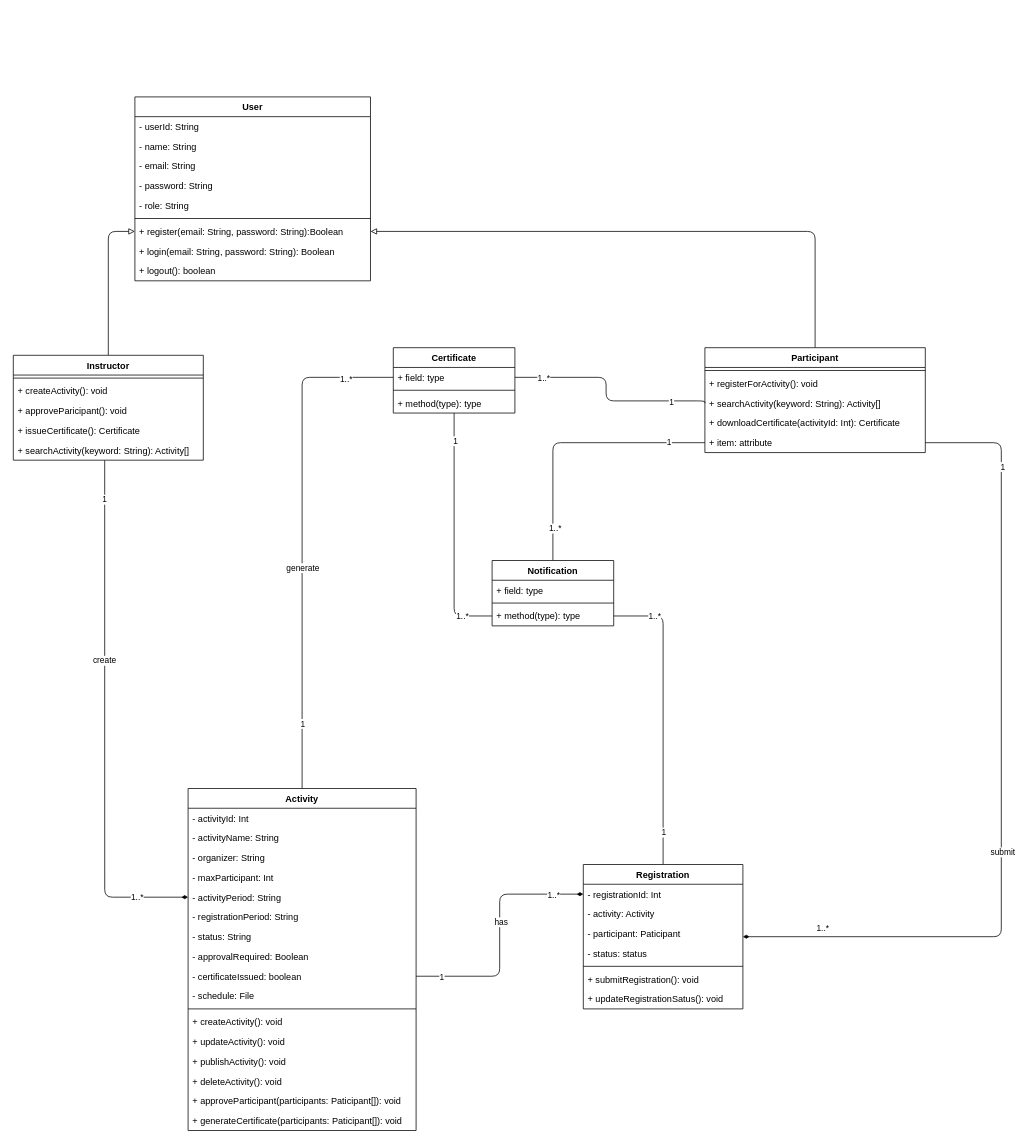
The draw.io diagram page "Page-1" (1 of 3) of classDiagram.drawio in JeyZ9/drawio-oop001, before the edit. Source tidied: cells renumbered, new cells numbered last; positions are measured from the earlier drawing's top-left corner, leaving out a move shared by most shapes. Both pictures are drawn from the tidied source at 76%, with x=0, y=0 at pixel (13, 97).
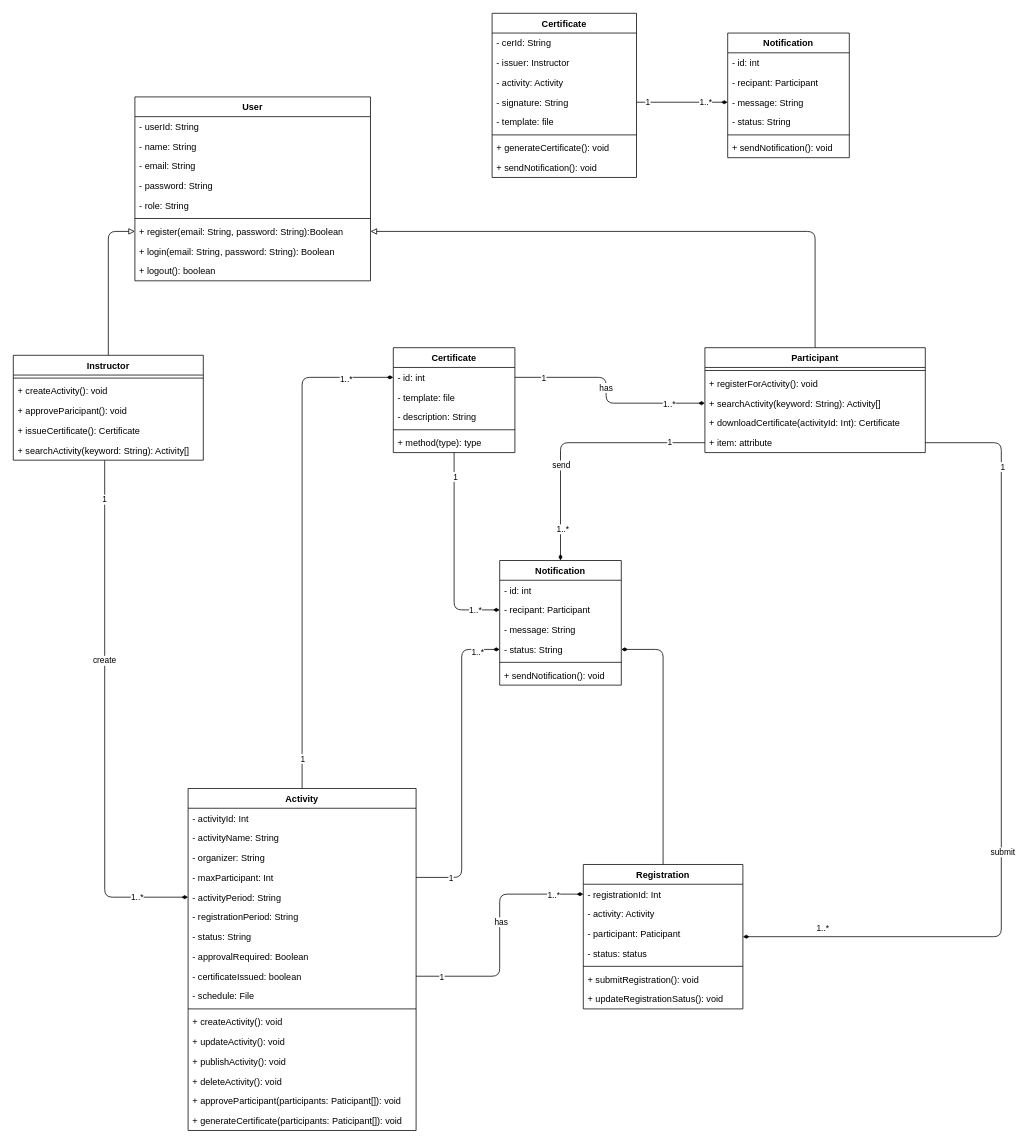
The same diagram, later.

Commit message:
end class

The change refers to these unchanged cells:
```xml
<mxCell id="23" value="+ searchActivity(keyword: String): Activity[]" style="text;strokeColor=none;fillColor=none;align=left;verticalAlign=top;spacingLeft=4;spacingRight=4;overflow=hidden;points=[[0,0.5],[1,0.5]];portConstraint=eastwest;" parent="20" vertex="1">
  <mxGeometry y="60" width="290" height="26" as="geometry" />
</mxCell>
<mxCell id="25" value="+ item: attribute" style="text;strokeColor=none;fillColor=none;align=left;verticalAlign=top;spacingLeft=4;spacingRight=4;overflow=hidden;points=[[0,0.5],[1,0.5]];portConstraint=eastwest;" parent="20" vertex="1">
  <mxGeometry y="112" width="290" height="26" as="geometry" />
</mxCell>
<mxCell id="30" value="Activity" style="swimlane;fontStyle=1;align=center;verticalAlign=top;horizontal=1;startSize=26;" parent="1" vertex="1">
  <mxGeometry x="230" y="910" width="300" height="450" as="geometry" />
</mxCell>
<mxCell id="34" value="- maxParticipant: Int" style="text;strokeColor=none;fillColor=none;align=left;verticalAlign=top;spacingLeft=4;spacingRight=4;overflow=hidden;points=[[0,0.5],[1,0.5]];portConstraint=eastwest;" parent="30" vertex="1">
  <mxGeometry y="104" width="300" height="26" as="geometry" />
</mxCell>
<mxCell id="55" value="Registration" style="swimlane;fontStyle=1;align=center;verticalAlign=top;horizontal=1;startSize=26;" parent="1" vertex="1">
  <mxGeometry x="750" y="1010" width="210" height="190" as="geometry" />
</mxCell>
```

Diff of the diagram source:
```diff
@@
-    <mxCell id="26" style="edgeStyle=orthogonalEdgeStyle;html=1;exitX=0.5;exitY=0;exitDx=0;exitDy=0;entryX=0;entryY=0.5;entryDx=0;entryDy=0;endArrow=none;endFill=0;" parent="1" edge="1" source="30" target="75">
+    <mxCell id="26" style="edgeStyle=orthogonalEdgeStyle;html=1;exitX=0.5;exitY=0;exitDx=0;exitDy=0;entryX=0;entryY=0.5;entryDx=0;entryDy=0;endArrow=diamondThin;endFill=1;startArrow=none;startFill=0;" parent="1" edge="1" source="30" target="75">
       <mxGeometry relative="1" as="geometry" />
     </mxCell>
     <mxCell id="27" value="1" style="edgeLabel;html=1;align=center;verticalAlign=middle;" parent="26" vertex="1">
-      <mxGeometry x="-0.74" relative="1" as="geometry" />
+      <mxGeometry x="-0.74" relative="1" as="geometry">
+        <mxPoint y="46" as="offset" />
+      </mxGeometry>
     </mxCell>
@@
-    <mxCell id="29" value="generate" style="edgeLabel;html=1;align=center;verticalAlign=middle;" parent="26" vertex="1">
-      <mxGeometry x="-0.12" relative="1" as="geometry" />
-    </mxCell>
@@
-    <mxCell id="52" style="edgeStyle=orthogonalEdgeStyle;html=1;exitX=0.5;exitY=0;exitDx=0;exitDy=0;endArrow=none;endFill=0;entryX=1;entryY=0.5;entryDx=0;entryDy=0;" parent="1" edge="1" source="55" target="84">
-      <mxGeometry relative="1" as="geometry" />
+    <mxCell id="52" style="edgeStyle=orthogonalEdgeStyle;html=1;exitX=1;exitY=0.5;exitDx=0;exitDy=0;endArrow=diamondThin;endFill=1;entryX=0;entryY=0.5;entryDx=0;entryDy=0;" parent="1" edge="1" source="34" target="115">
+      <mxGeometry relative="1" as="geometry">
+        <Array as="points">
+          <mxPoint x="590" y="1027" />
+          <mxPoint x="590" y="727" />
+        </Array>
+      </mxGeometry>
     </mxCell>
     <mxCell id="53" value="1..*" style="edgeLabel;html=1;align=center;verticalAlign=middle;" parent="52" vertex="1">
-      <mxGeometry x="0.73" relative="1" as="geometry" />
+      <mxGeometry x="0.73" relative="1" as="geometry">
+        <mxPoint x="20" y="-2" as="offset" />
+      </mxGeometry>
     </mxCell>
@@
-    <mxCell id="71" style="edgeStyle=orthogonalEdgeStyle;html=1;exitX=0.5;exitY=1;exitDx=0;exitDy=0;entryX=0;entryY=0.5;entryDx=0;entryDy=0;endArrow=none;endFill=0;" parent="1" edge="1" source="74" target="84">
+    <mxCell id="71" style="edgeStyle=orthogonalEdgeStyle;html=1;exitX=0.5;exitY=1;exitDx=0;exitDy=0;entryX=0;entryY=0.5;entryDx=0;entryDy=0;endArrow=diamondThin;endFill=1;startArrow=none;startFill=0;" parent="1" edge="1" source="74" target="113">
       <mxGeometry relative="1" as="geometry" />
     </mxCell>
@@
     <mxCell id="74" value="Certificate" style="swimlane;fontStyle=1;align=center;verticalAlign=top;horizontal=1;startSize=26;" parent="1" vertex="1">
-      <mxGeometry x="500" y="330" width="160" height="86" as="geometry" />
+      <mxGeometry x="500" y="330" width="160" height="138" as="geometry" />
     </mxCell>
-    <mxCell id="75" value="+ field: type" style="text;strokeColor=none;fillColor=none;align=left;verticalAlign=top;spacingLeft=4;spacingRight=4;overflow=hidden;points=[[0,0.5],[1,0.5]];portConstraint=eastwest;" parent="74" vertex="1">
+    <mxCell id="75" value="- id: int" style="text;strokeColor=none;fillColor=none;align=left;verticalAlign=top;spacingLeft=4;spacingRight=4;overflow=hidden;points=[[0,0.5],[1,0.5]];portConstraint=eastwest;" parent="74" vertex="1">
       <mxGeometry y="26" width="160" height="26" as="geometry" />
     </mxCell>
+    <mxCell id="88" value="- template: file" style="text;strokeColor=none;fillColor=none;align=left;verticalAlign=top;spacingLeft=4;spacingRight=4;overflow=hidden;" parent="74" vertex="1">
+      <mxGeometry y="52" width="160" height="26" as="geometry" />
+    </mxCell>
+    <mxCell id="89" value="- description: String" style="text;strokeColor=none;fillColor=none;align=left;verticalAlign=top;spacingLeft=4;spacingRight=4;overflow=hidden;" parent="74" vertex="1">
+      <mxGeometry y="78" width="160" height="26" as="geometry" />
+    </mxCell>
     <mxCell id="76" style="line;strokeWidth=1;fillColor=none;align=left;verticalAlign=middle;spacingTop=-1;spacingLeft=3;spacingRight=3;labelPosition=right;strokeColor=inherit;" parent="74" vertex="1">
-      <mxGeometry y="52" width="160" height="8" as="geometry" />
+      <mxGeometry y="104" width="160" height="8" as="geometry" />
     </mxCell>
     <mxCell id="77" value="+ method(type): type" style="text;strokeColor=none;fillColor=none;align=left;verticalAlign=top;spacingLeft=4;spacingRight=4;overflow=hidden;" parent="74" vertex="1">
-      <mxGeometry y="60" width="160" height="26" as="geometry" />
+      <mxGeometry y="112" width="160" height="26" as="geometry" />
     </mxCell>
-    <mxCell id="78" style="edgeStyle=orthogonalEdgeStyle;html=1;exitX=0.5;exitY=0;exitDx=0;exitDy=0;entryX=0;entryY=0.5;entryDx=0;entryDy=0;endArrow=none;endFill=0;" parent="1" edge="1" source="81" target="25">
+    <mxCell id="78" style="edgeStyle=orthogonalEdgeStyle;html=1;entryX=0;entryY=0.5;entryDx=0;entryDy=0;endArrow=none;endFill=0;startArrow=diamondThin;startFill=1;" parent="1" edge="1" source="111" target="25">
       <mxGeometry relative="1" as="geometry" />
     </mxCell>
@@
-    <mxCell id="81" value="Notification" style="swimlane;fontStyle=1;align=center;verticalAlign=top;horizontal=1;startSize=26;" parent="1" vertex="1">
-      <mxGeometry x="630" y="610" width="160" height="86" as="geometry" />
-    </mxCell>
-    <mxCell id="82" value="+ field: type" style="text;strokeColor=none;fillColor=none;align=left;verticalAlign=top;spacingLeft=4;spacingRight=4;overflow=hidden;" parent="81" vertex="1">
-      <mxGeometry y="26" width="160" height="26" as="geometry" />
-    </mxCell>
-    <mxCell id="83" style="line;strokeWidth=1;fillColor=none;align=left;verticalAlign=middle;spacingTop=-1;spacingLeft=3;spacingRight=3;labelPosition=right;strokeColor=inherit;" parent="81" vertex="1">
-      <mxGeometry y="52" width="160" height="8" as="geometry" />
-    </mxCell>
-    <mxCell id="84" value="+ method(type): type" style="text;strokeColor=none;fillColor=none;align=left;verticalAlign=top;spacingLeft=4;spacingRight=4;overflow=hidden;points=[[0,0.5],[1,0.5]];portConstraint=eastwest;" parent="81" vertex="1">
-      <mxGeometry y="60" width="160" height="26" as="geometry" />
-    </mxCell>
+    <mxCell id="90" value="send" style="edgeLabel;html=1;align=center;verticalAlign=middle;" parent="78" vertex="1">
+      <mxGeometry x="-0.27" relative="1" as="geometry" />
+    </mxCell>
-    <mxCell id="85" style="edgeStyle=orthogonalEdgeStyle;html=1;entryX=0;entryY=0.5;entryDx=0;entryDy=0;endArrow=none;endFill=0;exitX=1;exitY=0.5;exitDx=0;exitDy=0;" parent="1" edge="1" source="75" target="23">
+    <mxCell id="85" style="edgeStyle=orthogonalEdgeStyle;html=1;entryX=0;entryY=0.5;entryDx=0;entryDy=0;endArrow=diamondThin;endFill=1;exitX=1;exitY=0.5;exitDx=0;exitDy=0;startArrow=none;startFill=0;" parent="1" edge="1" source="75" target="23">
       <mxGeometry relative="1" as="geometry">
         <Array as="points">
           <mxPoint x="780" y="369" />
-          <mxPoint x="780" y="400" />
-          <mxPoint x="910" y="400" />
+          <mxPoint x="780" y="403" />
         </Array>
       </mxGeometry>
     </mxCell>
-    <mxCell id="86" value="1..*" style="edgeLabel;html=1;align=center;verticalAlign=middle;" parent="85" vertex="1">
+    <mxCell id="86" value="1" style="edgeLabel;html=1;align=center;verticalAlign=middle;" parent="85" vertex="1">
       <mxGeometry x="-0.74" relative="1" as="geometry" />
     </mxCell>
-    <mxCell id="87" value="1" style="edgeLabel;html=1;align=center;verticalAlign=middle;" parent="85" vertex="1">
+    <mxCell id="87" value="1..*" style="edgeLabel;html=1;align=center;verticalAlign=middle;" parent="85" vertex="1">
       <mxGeometry x="0.66" y="-1" relative="1" as="geometry" />
     </mxCell>
+    <mxCell id="91" value="has" style="edgeLabel;html=1;align=center;verticalAlign=middle;" parent="85" vertex="1">
+      <mxGeometry x="-0.06" y="-1" relative="1" as="geometry" />
+    </mxCell>
+    <mxCell id="92" value="Certificate" style="swimlane;fontStyle=1;align=center;verticalAlign=top;horizontal=1;startSize=26;" parent="1" vertex="1">
+      <mxGeometry x="630" y="-110" width="190" height="216" as="geometry" />
+    </mxCell>
+    <mxCell id="93" value="- cerId: String" style="text;strokeColor=none;fillColor=none;align=left;verticalAlign=top;spacingLeft=4;spacingRight=4;overflow=hidden;" parent="92" vertex="1">
+      <mxGeometry y="26" width="190" height="26" as="geometry" />
+    </mxCell>
+    <mxCell id="94" value="- issuer: Instructor" style="text;strokeColor=none;fillColor=none;align=left;verticalAlign=top;spacingLeft=4;spacingRight=4;overflow=hidden;" parent="92" vertex="1">
+      <mxGeometry y="52" width="190" height="26" as="geometry" />
+    </mxCell>
+    <mxCell id="95" value="- activity: Activity" style="text;strokeColor=none;fillColor=none;align=left;verticalAlign=top;spacingLeft=4;spacingRight=4;overflow=hidden;" parent="92" vertex="1">
+      <mxGeometry y="78" width="190" height="26" as="geometry" />
+    </mxCell>
+    <mxCell id="96" value="- signature: String" style="text;strokeColor=none;fillColor=none;align=left;verticalAlign=top;spacingLeft=4;spacingRight=4;overflow=hidden;points=[[0,0.5],[1,0.5]];portConstraint=eastwest;" parent="92" vertex="1">
+      <mxGeometry y="104" width="190" height="26" as="geometry" />
+    </mxCell>
+    <mxCell id="97" value="- template: file" style="text;strokeColor=none;fillColor=none;align=left;verticalAlign=top;spacingLeft=4;spacingRight=4;overflow=hidden;" parent="92" vertex="1">
+      <mxGeometry y="130" width="190" height="26" as="geometry" />
+    </mxCell>
+    <mxCell id="98" style="line;strokeWidth=1;fillColor=none;align=left;verticalAlign=middle;spacingTop=-1;spacingLeft=3;spacingRight=3;labelPosition=right;strokeColor=inherit;" parent="92" vertex="1">
+      <mxGeometry y="156" width="190" height="8" as="geometry" />
+    </mxCell>
+    <mxCell id="99" value="+ generateCertificate(): void" style="text;strokeColor=none;fillColor=none;align=left;verticalAlign=top;spacingLeft=4;spacingRight=4;overflow=hidden;" parent="92" vertex="1">
+      <mxGeometry y="164" width="190" height="26" as="geometry" />
+    </mxCell>
+    <mxCell id="100" value="+ sendNotification(): void" style="text;strokeColor=none;fillColor=none;align=left;verticalAlign=top;spacingLeft=4;spacingRight=4;overflow=hidden;" parent="92" vertex="1">
+      <mxGeometry y="190" width="190" height="26" as="geometry" />
+    </mxCell>
+    <mxCell id="101" value="Notification" style="swimlane;fontStyle=1;align=center;verticalAlign=top;horizontal=1;startSize=26;" parent="1" vertex="1">
+      <mxGeometry x="940" y="-84" width="160" height="164" as="geometry" />
+    </mxCell>
+    <mxCell id="102" value="- id: int" style="text;strokeColor=none;fillColor=none;align=left;verticalAlign=top;spacingLeft=4;spacingRight=4;overflow=hidden;" parent="101" vertex="1">
+      <mxGeometry y="26" width="160" height="26" as="geometry" />
+    </mxCell>
+    <mxCell id="103" value="- recipant: Participant" style="text;strokeColor=none;fillColor=none;align=left;verticalAlign=top;spacingLeft=4;spacingRight=4;overflow=hidden;" parent="101" vertex="1">
+      <mxGeometry y="52" width="160" height="26" as="geometry" />
+    </mxCell>
+    <mxCell id="104" value="- message: String" style="text;strokeColor=none;fillColor=none;align=left;verticalAlign=top;spacingLeft=4;spacingRight=4;overflow=hidden;points=[[0,0.5],[1,0.5]];portConstraint=eastwest;" parent="101" vertex="1">
+      <mxGeometry y="78" width="160" height="26" as="geometry" />
+    </mxCell>
+    <mxCell id="105" value="- status: String" style="text;strokeColor=none;fillColor=none;align=left;verticalAlign=top;spacingLeft=4;spacingRight=4;overflow=hidden;" parent="101" vertex="1">
+      <mxGeometry y="104" width="160" height="26" as="geometry" />
+    </mxCell>
+    <mxCell id="106" style="line;strokeWidth=1;fillColor=none;align=left;verticalAlign=middle;spacingTop=-1;spacingLeft=3;spacingRight=3;labelPosition=right;strokeColor=inherit;" parent="101" vertex="1">
+      <mxGeometry y="130" width="160" height="8" as="geometry" />
+    </mxCell>
+    <mxCell id="107" value="+ sendNotification(): void" style="text;strokeColor=none;fillColor=none;align=left;verticalAlign=top;spacingLeft=4;spacingRight=4;overflow=hidden;" parent="101" vertex="1">
+      <mxGeometry y="138" width="160" height="26" as="geometry" />
+    </mxCell>
+    <mxCell id="108" style="edgeStyle=orthogonalEdgeStyle;html=1;exitX=1;exitY=0.5;exitDx=0;exitDy=0;entryX=0;entryY=0.5;entryDx=0;entryDy=0;endArrow=diamondThin;endFill=1;startArrow=none;startFill=0;" parent="1" edge="1" source="96" target="104">
+      <mxGeometry relative="1" as="geometry" />
+    </mxCell>
+    <mxCell id="109" value="1" style="edgeLabel;html=1;align=center;verticalAlign=middle;" parent="108" vertex="1">
+      <mxGeometry x="-0.77" y="1" relative="1" as="geometry" />
+    </mxCell>
+    <mxCell id="110" value="1..*" style="edgeLabel;html=1;align=center;verticalAlign=middle;" parent="108" vertex="1">
+      <mxGeometry x="0.75" y="1" relative="1" as="geometry">
+        <mxPoint x="-15" as="offset" />
+      </mxGeometry>
+    </mxCell>
+    <mxCell id="111" value="Notification" style="swimlane;fontStyle=1;align=center;verticalAlign=top;horizontal=1;startSize=26;" parent="1" vertex="1">
+      <mxGeometry x="640" y="610" width="160" height="164" as="geometry" />
+    </mxCell>
+    <mxCell id="112" value="- id: int" style="text;strokeColor=none;fillColor=none;align=left;verticalAlign=top;spacingLeft=4;spacingRight=4;overflow=hidden;" parent="111" vertex="1">
+      <mxGeometry y="26" width="160" height="26" as="geometry" />
+    </mxCell>
+    <mxCell id="113" value="- recipant: Participant" style="text;strokeColor=none;fillColor=none;align=left;verticalAlign=top;spacingLeft=4;spacingRight=4;overflow=hidden;points=[[0,0.5],[1,0.5]];portConstraint=eastwest;" parent="111" vertex="1">
+      <mxGeometry y="52" width="160" height="26" as="geometry" />
+    </mxCell>
+    <mxCell id="114" value="- message: String" style="text;strokeColor=none;fillColor=none;align=left;verticalAlign=top;spacingLeft=4;spacingRight=4;overflow=hidden;" parent="111" vertex="1">
+      <mxGeometry y="78" width="160" height="26" as="geometry" />
+    </mxCell>
+    <mxCell id="115" value="- status: String" style="text;strokeColor=none;fillColor=none;align=left;verticalAlign=top;spacingLeft=4;spacingRight=4;overflow=hidden;points=[[0,0.5],[1,0.5]];portConstraint=eastwest;" parent="111" vertex="1">
+      <mxGeometry y="104" width="160" height="26" as="geometry" />
+    </mxCell>
+    <mxCell id="116" style="line;strokeWidth=1;fillColor=none;align=left;verticalAlign=middle;spacingTop=-1;spacingLeft=3;spacingRight=3;labelPosition=right;strokeColor=inherit;" parent="111" vertex="1">
+      <mxGeometry y="130" width="160" height="8" as="geometry" />
+    </mxCell>
+    <mxCell id="117" value="+ sendNotification(): void" style="text;strokeColor=none;fillColor=none;align=left;verticalAlign=top;spacingLeft=4;spacingRight=4;overflow=hidden;" parent="111" vertex="1">
+      <mxGeometry y="138" width="160" height="26" as="geometry" />
+    </mxCell>
+    <mxCell id="118" style="edgeStyle=orthogonalEdgeStyle;html=1;exitX=1;exitY=0.5;exitDx=0;exitDy=0;entryX=0.5;entryY=0;entryDx=0;entryDy=0;startArrow=diamondThin;startFill=1;endArrow=none;endFill=0;" parent="1" edge="1" source="115" target="55">
+      <mxGeometry relative="1" as="geometry" />
+    </mxCell>
```
